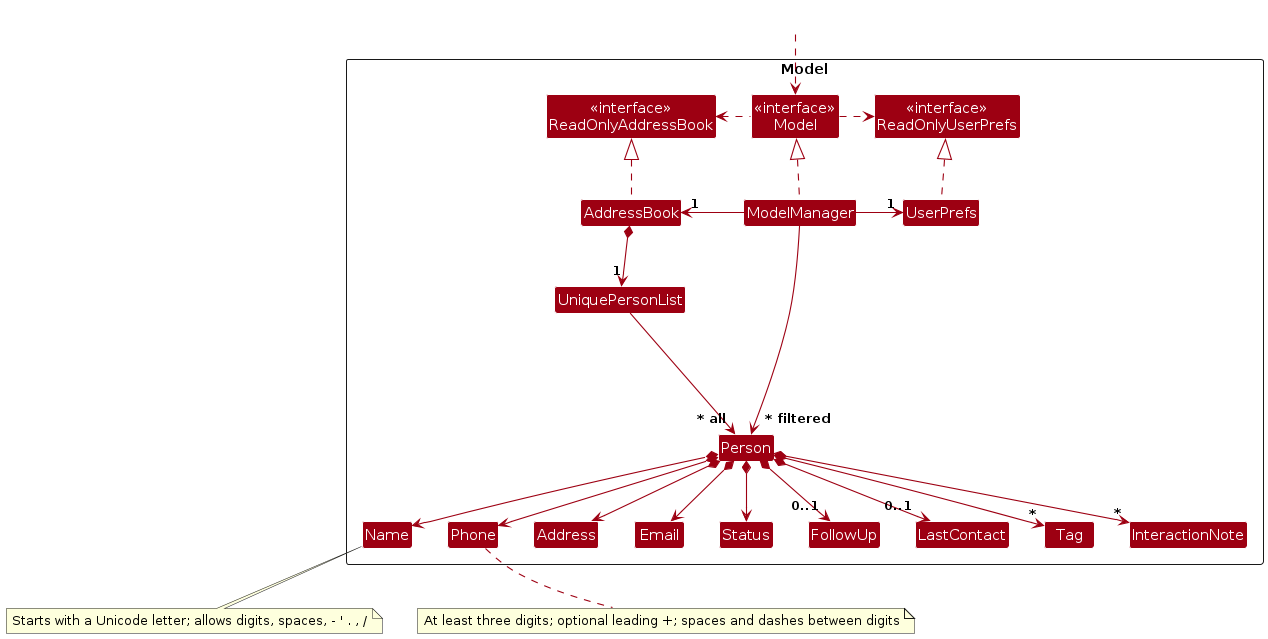
Above: diagrams/ModelClassDiagram.png in AY2627S1-CS2103T-T09-2/tp (PlantUML), before the change. Its source is kept beside it as diagrams/ModelClassDiagram.puml.
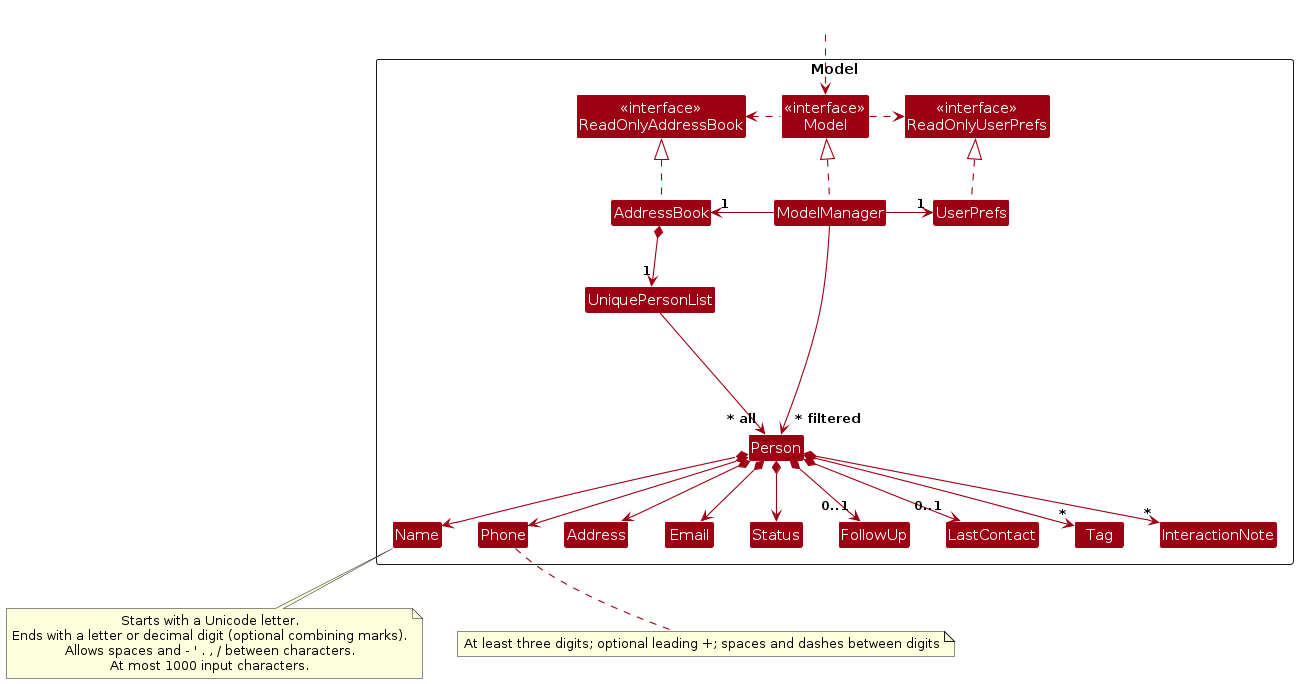
Later version of the same file.

What changed in the source:
```diff
@@ -13,9 +13,7 @@
 Class UserPrefs
 
 Class UniquePersonList
-Class Person {
-  - status : Status
-}
+Class Person
 Class Address
 Class Email
 Class Name {
@@ -82,6 +80,11 @@
 Address -[hidden]right-> Email
 
 ModelManager --> "~* filtered" Person
-note bottom of Name : Starts with a Unicode letter; allows digits, spaces, - ' . , /
+note bottom of Name
+  Starts with a Unicode letter.
+  Ends with a letter or decimal digit (optional combining marks).
+  Allows spaces and - ' . , / between characters.
+  At most 1000 input characters.
+end note
 note bottom of Phone : At least three digits; optional leading +; spaces and dashes between digits
 @enduml
```
